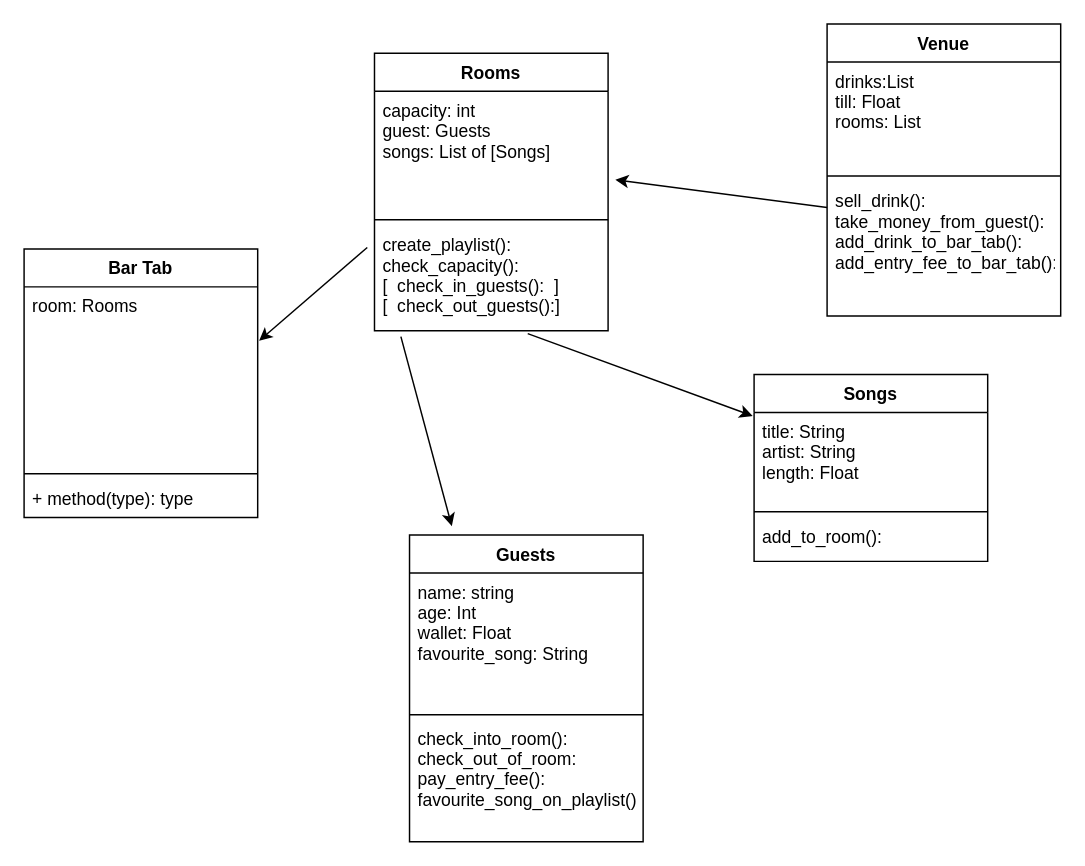
This is Weekend2_homework.drawio from emmDevs/weekend2_homework, a draw.io file, before an edit. Source tidied: cells renumbered, new cells numbered last; positions are measured from the earlier drawing's top-left corner, leaving out a move shared by most shapes. Both pictures are drawn from the tidied source at 146%, with x=0, y=0 at pixel (23, 23).
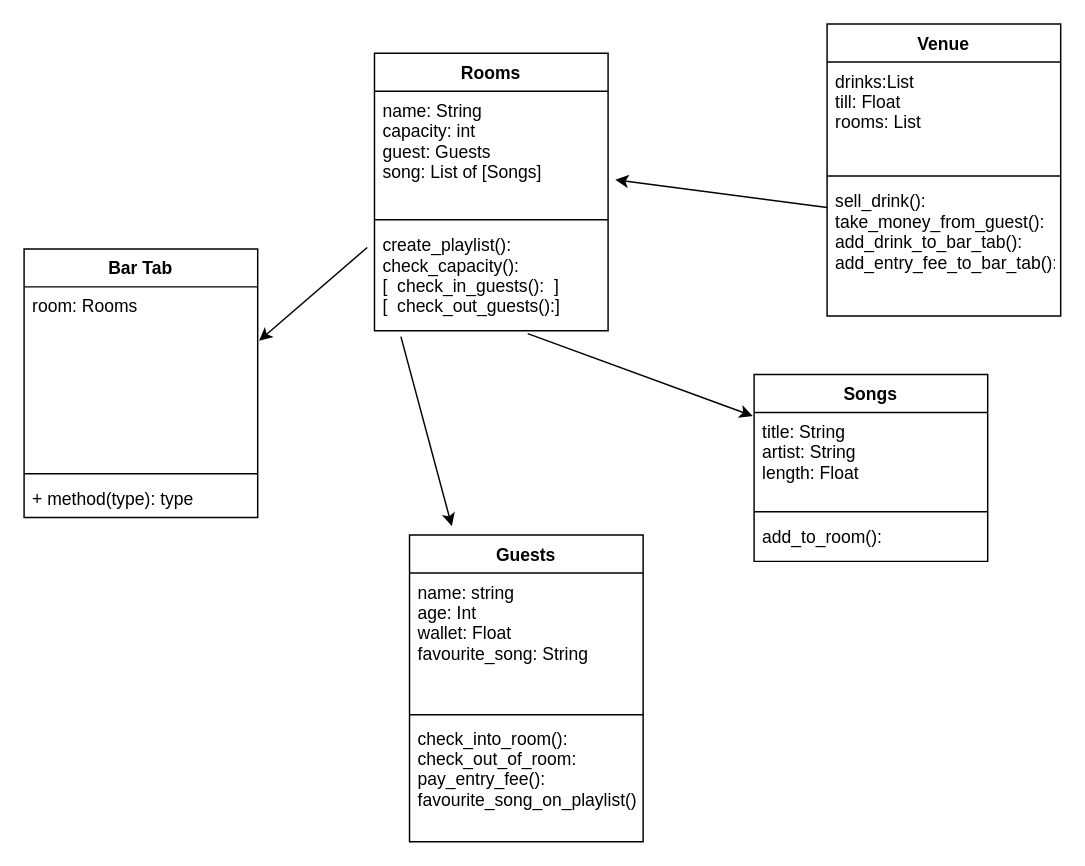
The same page after the edit.

Commit message (it also covers changes not shown here):
test to check guest out of room -name in list and name not in list passed

Unchanged cells that the change refers to:
```xml
<mxCell id="9" value="Rooms" style="swimlane;fontStyle=1;align=center;verticalAlign=top;horizontal=1;startSize=26;" parent="1" vertex="1">
  <mxGeometry x="240" y="20" width="160" height="190" as="geometry" />
</mxCell>
```

Diff of the diagram source:
```diff
@@
-    <mxCell id="10" value="capacity: int&#10;guest: Guests&#10;songs: List of [Songs]" style="text;strokeColor=none;fillColor=none;align=left;verticalAlign=top;spacingLeft=4;spacingRight=4;overflow=hidden;points=[[0,0.5],[1,0.5]];portConstraint=eastwest;" parent="9" vertex="1">
+    <mxCell id="10" value="name: String&#10;capacity: int&#10;guest: Guests&#10;song: List of [Songs]" style="text;strokeColor=none;fillColor=none;align=left;verticalAlign=top;spacingLeft=4;spacingRight=4;overflow=hidden;points=[[0,0.5],[1,0.5]];portConstraint=eastwest;" parent="9" vertex="1">
       <mxGeometry y="26" width="160" height="84" as="geometry" />
     </mxCell>
```
